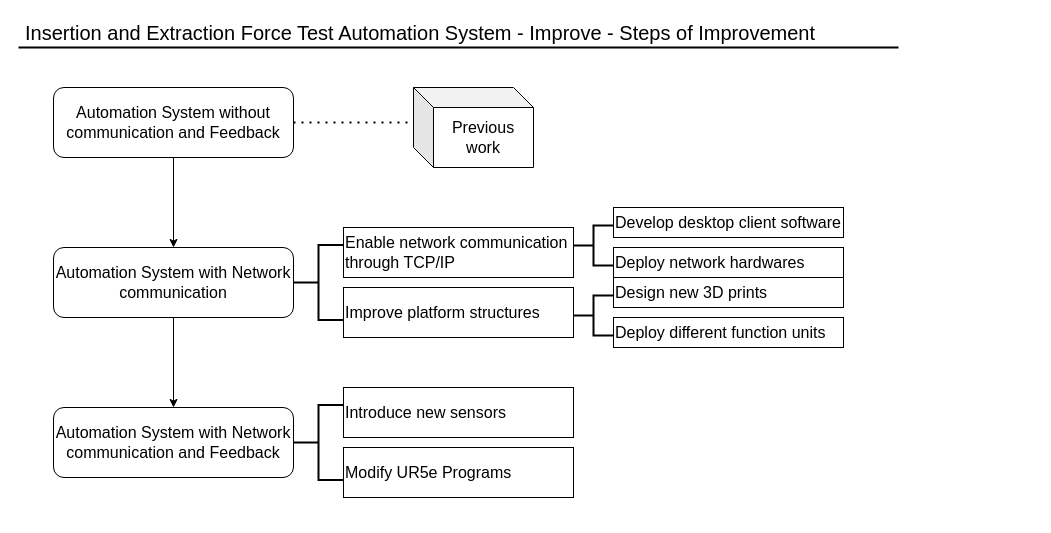
This is RRP project/Project Product Evolution.drawio from VolcanHuang/Project_Demo, a draw.io file, before an edit. Source tidied: cells renumbered, new cells numbered last; positions are measured from the earlier drawing's top-left corner, leaving out a move shared by most shapes. Both pictures are drawn from the tidied source at 100%, with x=0, y=0 at pixel (18, 17).
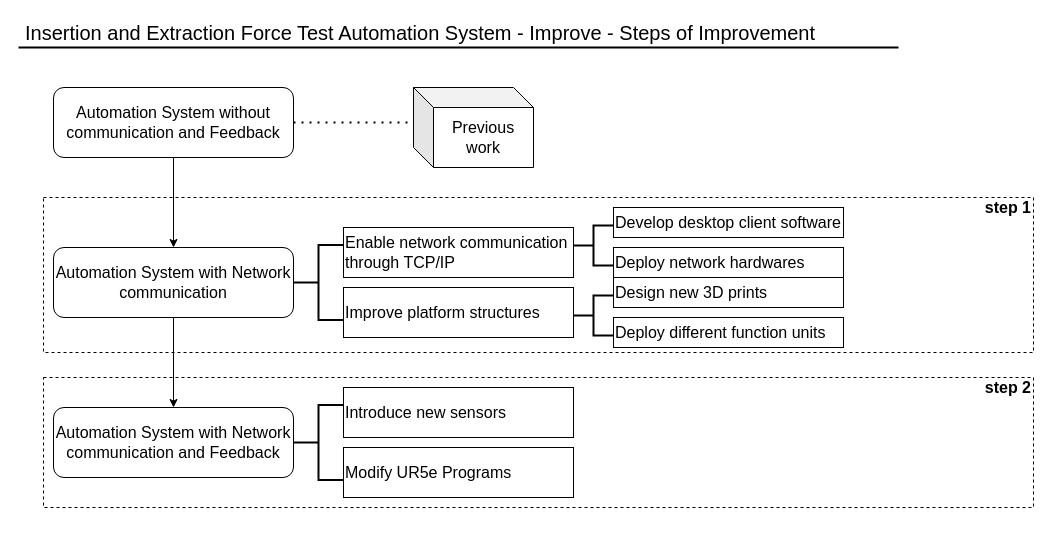
After the change.

The edit, as a diff of the source:
```diff
@@
+    <mxCell id="23" style="rounded=0;whiteSpace=wrap;html=1;fontSize=12;align=left;dashed=1;fillColor=none;" parent="1" vertex="1">
+      <mxGeometry x="25" y="180" width="990" height="155" as="geometry" />
+    </mxCell>
@@
+    <mxCell id="24" style="rounded=0;whiteSpace=wrap;html=1;fontSize=12;align=left;dashed=1;fillColor=none;" parent="1" vertex="1">
+      <mxGeometry x="25" y="360" width="990" height="130" as="geometry" />
+    </mxCell>
+    <mxCell id="25" style="edgeStyle=orthogonalEdgeStyle;rounded=0;orthogonalLoop=1;jettySize=auto;html=1;exitX=0.5;exitY=1;exitDx=0;exitDy=0;strokeWidth=2;fontSize=12;" parent="1" edge="1" source="24" target="24">
+      <mxGeometry relative="1" as="geometry" />
+    </mxCell>
+    <mxCell id="26" value="&lt;font style=&quot;font-size: 16px;&quot;&gt;&lt;b style=&quot;font-size: 16px;&quot;&gt;step 1&lt;/b&gt;&lt;/font&gt;" style="text;html=1;strokeColor=none;fillColor=none;align=right;verticalAlign=middle;whiteSpace=wrap;rounded=0;dashed=1;fontSize=16;" parent="1" vertex="1">
+      <mxGeometry x="955" y="180" width="60" height="20" as="geometry" />
+    </mxCell>
+    <mxCell id="27" value="&lt;b style=&quot;font-size: 16px;&quot;&gt;step 2&lt;/b&gt;" style="text;html=1;strokeColor=none;fillColor=none;align=right;verticalAlign=middle;whiteSpace=wrap;rounded=0;dashed=1;fontSize=16;" parent="1" vertex="1">
+      <mxGeometry x="955" y="360" width="60" height="20" as="geometry" />
+    </mxCell>
```
